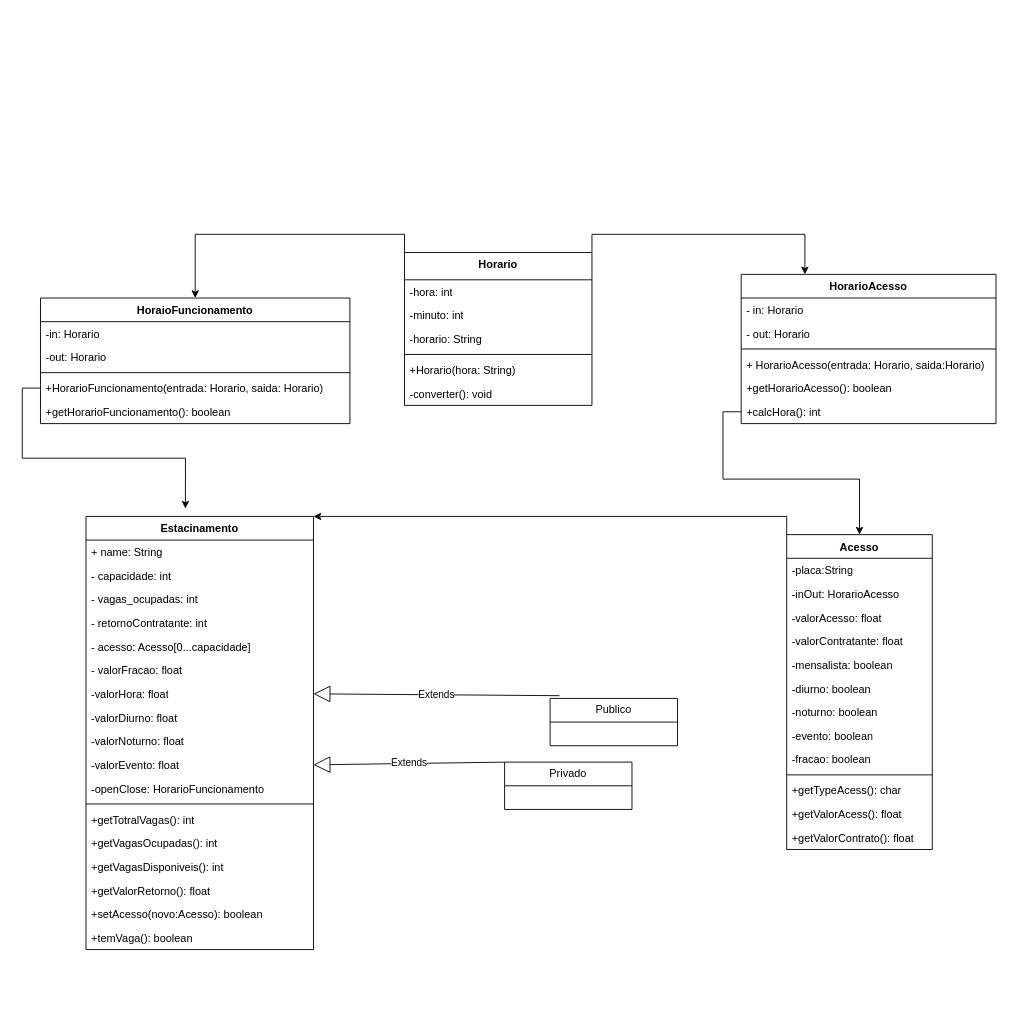
This is TP/Class_Diagram.drawio from Pedronosrins/OO, a draw.io file, before an edit. Source tidied: cells renumbered, new cells numbered last; positions are measured from the earlier drawing's top-left corner, leaving out a move shared by most shapes. Both pictures are drawn from the tidied source at 91%, with x=0, y=0 at pixel (40, 252).
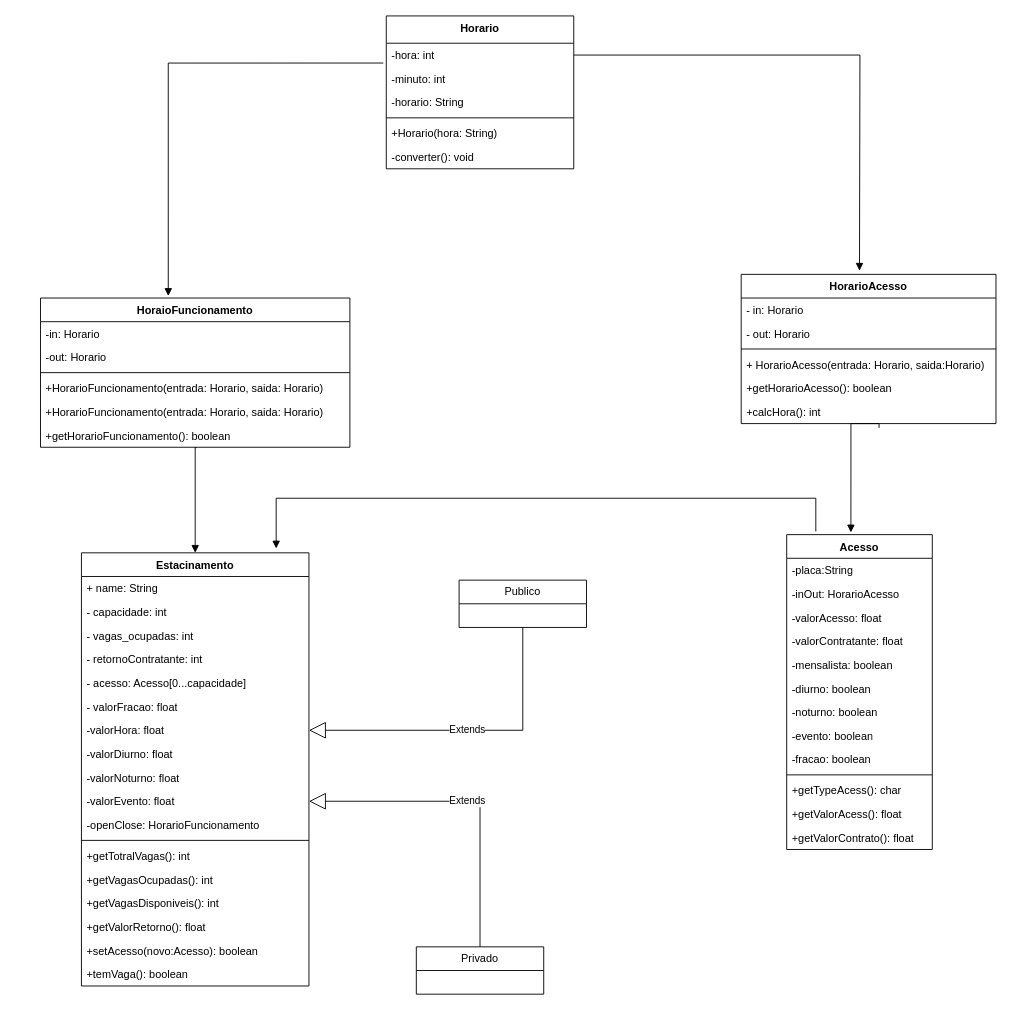
The same diagram, later.

Unchanged cells that the change refers to:
```xml
<mxCell id="9" value="-valorHora: float" style="text;strokeColor=none;fillColor=none;align=left;verticalAlign=top;spacingLeft=4;spacingRight=4;overflow=hidden;points=[[0,0.5],[1,0.5]];portConstraint=eastwest;whiteSpace=wrap;html=1;" parent="2" vertex="1">
  <mxGeometry y="182" width="250" height="26" as="geometry" />
</mxCell>
<mxCell id="12" value="-valorEvento: float" style="text;strokeColor=none;fillColor=none;align=left;verticalAlign=top;spacingLeft=4;spacingRight=4;overflow=hidden;points=[[0,0.5],[1,0.5]];portConstraint=eastwest;whiteSpace=wrap;html=1;" parent="2" vertex="1">
  <mxGeometry y="260" width="250" height="26" as="geometry" />
</mxCell>
<mxCell id="22" value="Acesso" style="swimlane;fontStyle=1;align=center;verticalAlign=top;horizontal=1;startSize=26;whiteSpace=wrap;html=1;" parent="1" vertex="1">
  <mxGeometry x="820" y="310" width="160" height="346" as="geometry" />
</mxCell>
<mxCell id="41" value="-hora: int" style="text;strokeColor=none;fillColor=none;align=left;verticalAlign=top;spacingLeft=4;spacingRight=4;overflow=hidden;points=[[0,0.5],[1,0.5]];portConstraint=eastwest;whiteSpace=wrap;html=1;" parent="40" vertex="1">
  <mxGeometry y="30" width="206" height="26" as="geometry" />
</mxCell>
<mxCell id="49" value="HorarioAcesso" style="swimlane;fontStyle=1;align=center;verticalAlign=top;horizontal=1;startSize=26;whiteSpace=wrap;html=1;" parent="1" vertex="1">
  <mxGeometry x="770" y="24" width="280" height="164" as="geometry" />
</mxCell>
<mxCell id="55" value="+calcHora(): int&amp;nbsp;" style="text;strokeColor=none;fillColor=none;align=left;verticalAlign=top;spacingLeft=4;spacingRight=4;overflow=hidden;points=[[0,0.5],[1,0.5]];portConstraint=eastwest;whiteSpace=wrap;html=1;" parent="49" vertex="1">
  <mxGeometry y="138" width="280" height="26" as="geometry" />
</mxCell>
```

What changed in the source:
```diff
@@
     <mxCell id="2" value="Estacinamento" style="swimlane;fontStyle=1;align=center;verticalAlign=top;horizontal=1;startSize=26;whiteSpace=wrap;html=1;" parent="1" vertex="1">
-      <mxGeometry x="50" y="290" width="250" height="476" as="geometry" />
+      <mxGeometry x="45" y="330" width="250" height="476" as="geometry" />
     </mxCell>
@@
-    <mxCell id="21" style="edgeStyle=orthogonalEdgeStyle;rounded=0;jettySize=auto;html=1;exitX=0;exitY=0;exitDx=0;exitDy=0;entryX=1;entryY=0;entryDx=0;entryDy=0;" parent="1" edge="1" source="22" target="2">
-      <mxGeometry relative="1" as="geometry" />
-    </mxCell>
@@
     <mxCell id="36" value="Publico" style="swimlane;fontStyle=0;horizontal=1;startSize=26;fillColor=none;whiteSpace=wrap;html=1;" parent="1" vertex="1">
-      <mxGeometry x="560" y="490" width="140" height="52" as="geometry" />
+      <mxGeometry x="460" y="360" width="140" height="52" as="geometry" />
     </mxCell>
     <mxCell id="37" value="Privado" style="swimlane;fontStyle=0;horizontal=1;startSize=26;fillColor=none;whiteSpace=wrap;html=1;" parent="1" vertex="1">
-      <mxGeometry x="510" y="560" width="140" height="52" as="geometry" />
+      <mxGeometry x="413" y="763" width="140" height="52" as="geometry" />
     </mxCell>
-    <mxCell id="38" style="edgeStyle=orthogonalEdgeStyle;rounded=0;jettySize=auto;html=1;exitX=0;exitY=0;exitDx=0;exitDy=0;entryX=0.5;entryY=0;entryDx=0;entryDy=0;" parent="1" edge="1" source="40" target="56">
-      <mxGeometry relative="1" as="geometry" />
-    </mxCell>
-    <mxCell id="39" style="edgeStyle=orthogonalEdgeStyle;rounded=0;jettySize=auto;html=1;exitX=1;exitY=0;exitDx=0;exitDy=0;entryX=0.25;entryY=0;entryDx=0;entryDy=0;" parent="1" edge="1" source="40" target="49">
-      <mxGeometry relative="1" as="geometry" />
-    </mxCell>
     <mxCell id="40" value="Horario" style="swimlane;fontStyle=1;align=center;verticalAlign=top;horizontal=1;startSize=30;whiteSpace=wrap;html=1;" parent="1" vertex="1">
-      <mxGeometry x="400" width="206" height="168" as="geometry" />
+      <mxGeometry x="380" y="-260" width="206" height="168" as="geometry" />
     </mxCell>
@@
-    <mxCell id="47" value="Extends" style="endArrow=block;endSize=16;endFill=0;html=1;rounded=0;exitX=0.074;exitY=-0.058;exitDx=0;exitDy=0;exitPerimeter=0;entryX=1;entryY=0.5;entryDx=0;entryDy=0;" parent="1" edge="1" source="36" target="9">
-      <mxGeometry relative="1" as="geometry" />
+    <mxCell id="47" value="Extends" style="endArrow=block;endSize=16;endFill=0;html=1;rounded=0;entryX=1;entryY=0.5;entryDx=0;entryDy=0;exitX=0.5;exitY=1;exitDx=0;exitDy=0;" parent="1" edge="1" source="36" target="9">
+      <mxGeometry relative="1" as="geometry">
+        <Array as="points">
+          <mxPoint x="530" y="525" />
+        </Array>
+      </mxGeometry>
     </mxCell>
-    <mxCell id="48" value="Extends" style="endArrow=block;endSize=16;endFill=0;html=1;rounded=0;exitX=0;exitY=0;exitDx=0;exitDy=0;entryX=1;entryY=0.5;entryDx=0;entryDy=0;" parent="1" edge="1" source="37" target="12">
-      <mxGeometry relative="1" as="geometry" />
+    <mxCell id="48" value="Extends" style="endArrow=block;endSize=16;endFill=0;html=1;rounded=0;entryX=1;entryY=0.5;entryDx=0;entryDy=0;exitX=0.5;exitY=0;exitDx=0;exitDy=0;" parent="1" edge="1" source="37" target="12">
+      <mxGeometry relative="1" as="geometry">
+        <Array as="points">
+          <mxPoint x="483" y="603" />
+        </Array>
+      </mxGeometry>
     </mxCell>
@@
     <mxCell id="56" value="HoraioFuncionamento" style="swimlane;fontStyle=1;align=center;verticalAlign=top;horizontal=1;startSize=26;whiteSpace=wrap;html=1;" parent="1" vertex="1">
-      <mxGeometry y="50" width="340" height="138" as="geometry" />
+      <mxGeometry y="50" width="340" height="164" as="geometry" />
     </mxCell>
@@
+    <mxCell id="64" value="+HorarioFuncionamento(entrada: Horario, saida: Horario)" style="text;strokeColor=none;fillColor=none;align=left;verticalAlign=top;spacingLeft=4;spacingRight=4;overflow=hidden;whiteSpace=wrap;html=1;" parent="56" vertex="1">
+      <mxGeometry y="86" width="340" height="26" as="geometry" />
+    </mxCell>
     <mxCell id="60" value="+HorarioFuncionamento(entrada: Horario, saida: Horario)" style="text;strokeColor=none;fillColor=none;align=left;verticalAlign=top;spacingLeft=4;spacingRight=4;overflow=hidden;points=[[0,0.5],[1,0.5]];portConstraint=eastwest;whiteSpace=wrap;html=1;" parent="56" vertex="1">
-      <mxGeometry y="86" width="340" height="26" as="geometry" />
+      <mxGeometry y="112" width="340" height="26" as="geometry" />
     </mxCell>
     <mxCell id="61" value="+getHorarioFuncionamento(): boolean" style="text;strokeColor=none;fillColor=none;align=left;verticalAlign=top;spacingLeft=4;spacingRight=4;overflow=hidden;points=[[0,0.5],[1,0.5]];portConstraint=eastwest;whiteSpace=wrap;html=1;" parent="56" vertex="1">
-      <mxGeometry y="112" width="340" height="26" as="geometry" />
+      <mxGeometry y="138" width="340" height="26" as="geometry" />
     </mxCell>
-    <mxCell id="62" style="edgeStyle=orthogonalEdgeStyle;rounded=0;jettySize=auto;html=1;exitX=0;exitY=0.5;exitDx=0;exitDy=0;entryX=0.437;entryY=-0.018;entryDx=0;entryDy=0;entryPerimeter=0;" parent="1" edge="1" source="60" target="2">
-      <mxGeometry relative="1" as="geometry" />
-    </mxCell>
+    <mxCell id="65" style="endArrow=block;endFill=1;html=1;edgeStyle=orthogonalEdgeStyle;align=left;verticalAlign=top;rounded=0;exitX=0.504;exitY=1.014;exitDx=0;exitDy=0;exitPerimeter=0;" parent="1" edge="1" source="61" target="2">
+      <mxGeometry x="-1" relative="1" as="geometry">
+        <Array as="points">
+          <mxPoint x="170" y="214" />
+        </Array>
+      </mxGeometry>
+    </mxCell>
+    <mxCell id="66" style="endArrow=block;endFill=1;html=1;edgeStyle=orthogonalEdgeStyle;align=left;verticalAlign=top;rounded=0;exitX=1;exitY=0.5;exitDx=0;exitDy=0;" parent="1" edge="1" source="41">
+      <mxGeometry x="-1" relative="1" as="geometry">
+        <mxPoint x="900" y="20" as="targetPoint" />
+      </mxGeometry>
+    </mxCell>
+    <mxCell id="67" style="endArrow=block;endFill=1;html=1;edgeStyle=orthogonalEdgeStyle;align=left;verticalAlign=top;rounded=0;exitX=-0.016;exitY=0.837;exitDx=0;exitDy=0;entryX=0.413;entryY=-0.014;entryDx=0;entryDy=0;entryPerimeter=0;exitPerimeter=0;" parent="1" edge="1" source="41" target="56">
+      <mxGeometry x="-1" relative="1" as="geometry" />
+    </mxCell>
-    <mxCell id="63" style="edgeStyle=orthogonalEdgeStyle;rounded=0;jettySize=auto;html=1;exitX=0;exitY=0.5;exitDx=0;exitDy=0;entryX=0.5;entryY=0;entryDx=0;entryDy=0;" parent="1" edge="1" source="55" target="22">
-      <mxGeometry relative="1" as="geometry" />
+    <mxCell id="63" style="endArrow=block;endFill=1;html=1;edgeStyle=orthogonalEdgeStyle;align=left;verticalAlign=top;rounded=0;exitX=0.541;exitY=1.181;exitDx=0;exitDy=0;exitPerimeter=0;entryX=0.441;entryY=-0.007;entryDx=0;entryDy=0;entryPerimeter=0;" parent="1" edge="1" source="55" target="22">
+      <mxGeometry x="-1" relative="1" as="geometry">
+        <Array as="points">
+          <mxPoint x="921" y="188" />
+          <mxPoint x="891" y="188" />
+        </Array>
+      </mxGeometry>
     </mxCell>
+    <mxCell id="21" style="endArrow=block;endFill=1;html=1;edgeStyle=orthogonalEdgeStyle;align=left;verticalAlign=top;rounded=0;exitX=0.2;exitY=-0.01;exitDx=0;exitDy=0;exitPerimeter=0;entryX=0.856;entryY=-0.01;entryDx=0;entryDy=0;entryPerimeter=0;" parent="1" edge="1" source="22" target="2">
+      <mxGeometry x="-1" relative="1" as="geometry">
+        <Array as="points">
+          <mxPoint x="852" y="270" />
+          <mxPoint x="259" y="270" />
+        </Array>
+      </mxGeometry>
+    </mxCell>
```
